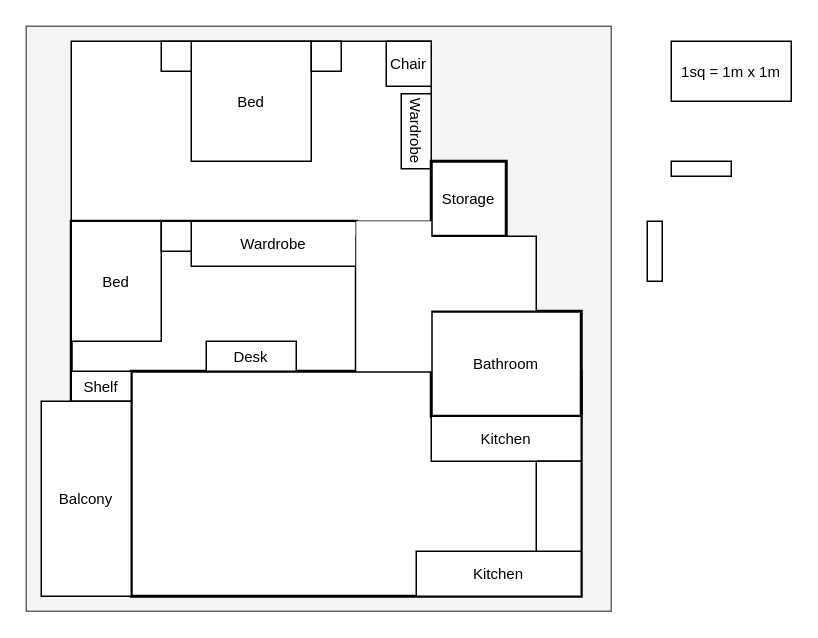
calumjackson/techblog keeps this draw.io diagram as page "Battersea Reach" (1 of 2) of tech_blog/content/what_do_I_think/Flat_Setup.drawio. Above is the earlier version. Source tidied: cells renumbered, new cells numbered last; positions are measured from the earlier drawing's top-left corner, leaving out a move shared by most shapes. Both pictures are drawn from the tidied source at 150%, with x=0, y=0 at pixel (26, 26).
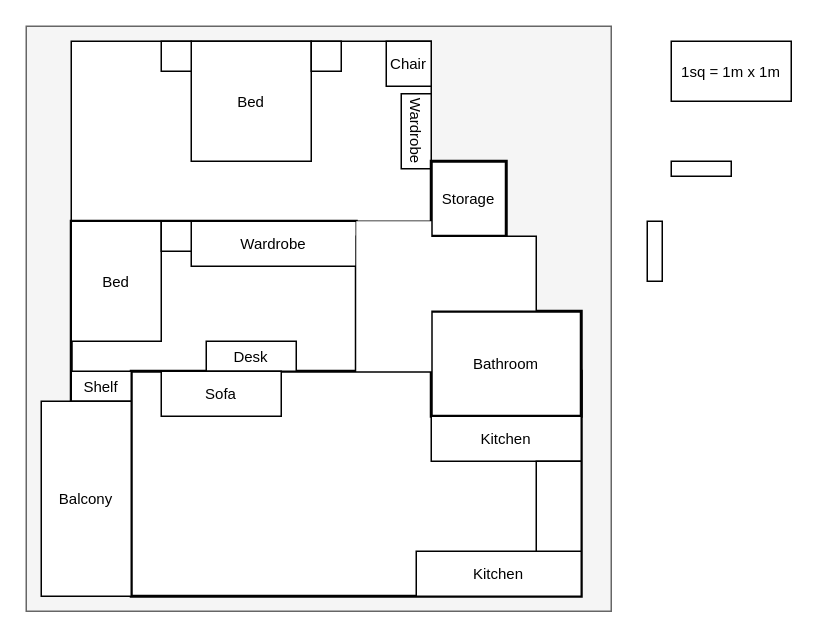
Above is the later version.

Diff of the diagram source:
```diff
@@
+    <mxCell id="27" value="Sofa" style="rounded=0;whiteSpace=wrap;html=1;fontSize=10;" parent="1" vertex="1">
+      <mxGeometry x="90" y="230" width="80" height="30" as="geometry" />
+    </mxCell>
```
